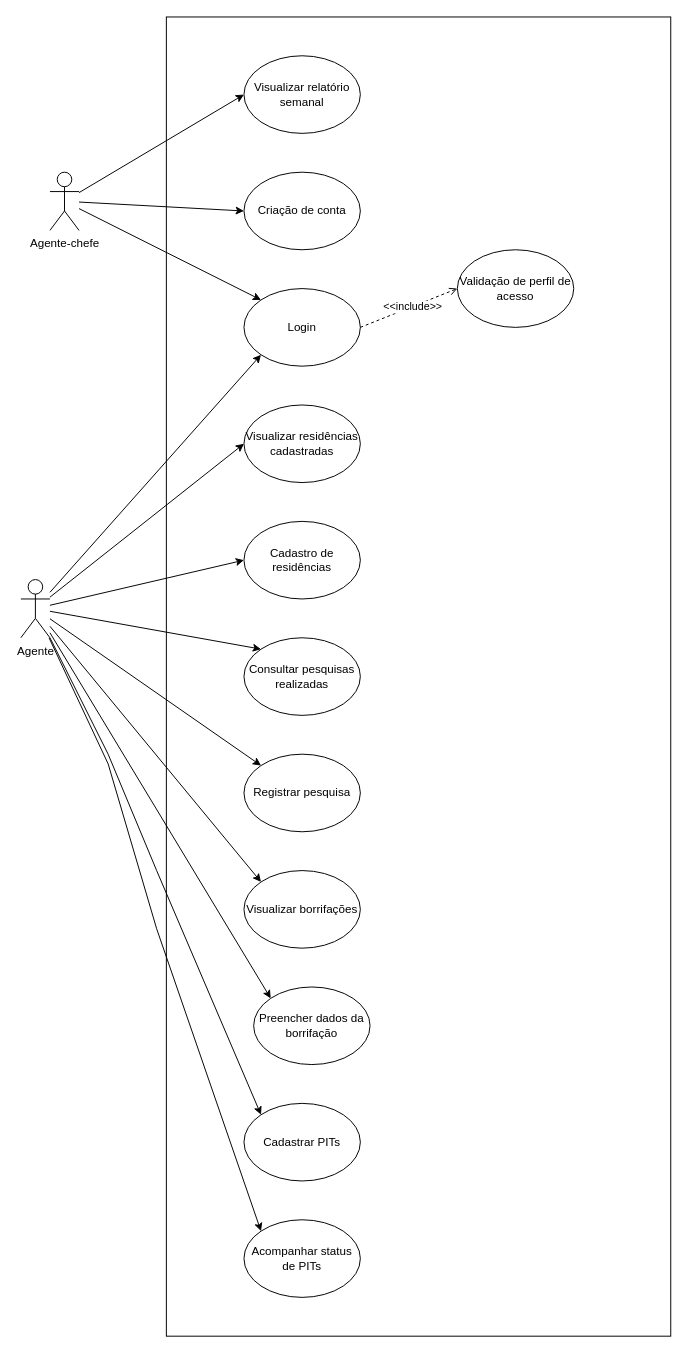
Before: Diagrama de casos de uso.drawio in Fconeto/P.I-3, a draw.io diagram. Source tidied: cells renumbered, new cells numbered last; positions are measured from the earlier drawing's top-left corner, leaving out a move shared by most shapes. Both pictures are drawn from the tidied source at 97%, with x=0, y=0 at pixel (20, 16).
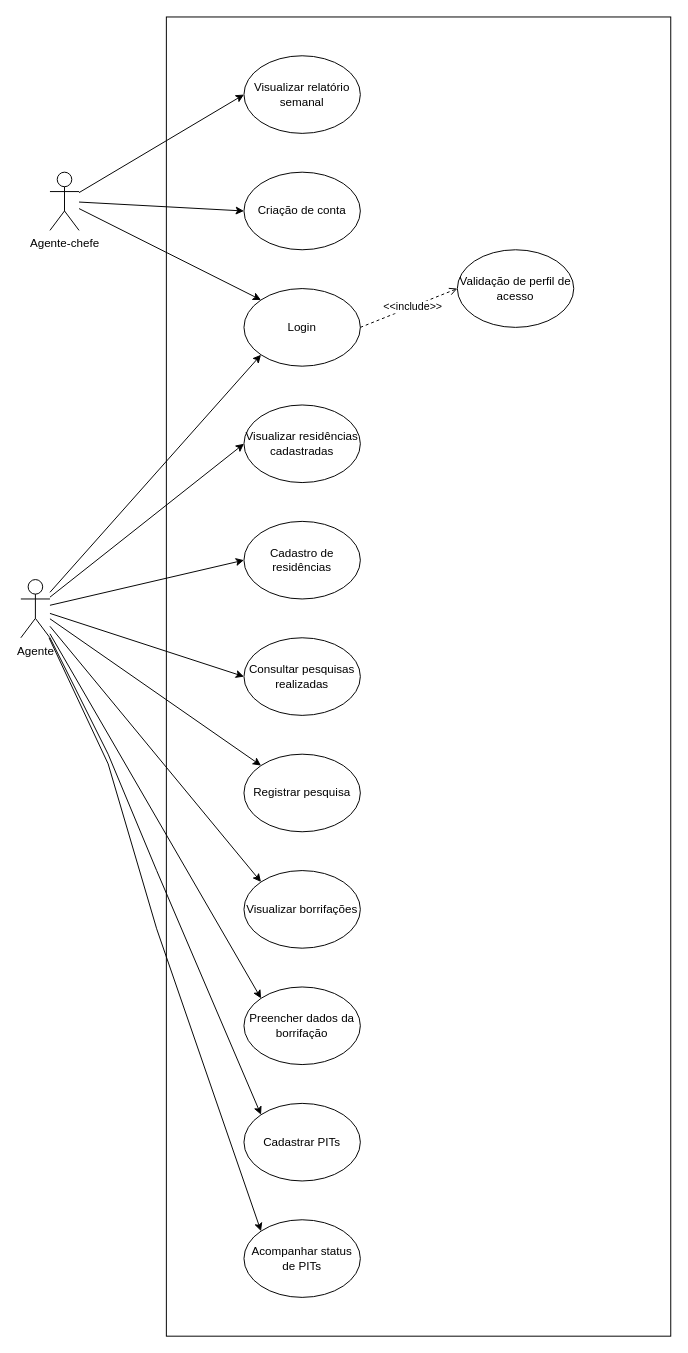
The same page after the edit.

Commit message:
Diagrama de casos de uso finalizado

The change refers to these unchanged cells:
```xml
<mxCell id="2" value="Agente" style="shape=umlActor;verticalLabelPosition=bottom;verticalAlign=top;html=1;outlineConnect=0;" parent="1" vertex="1">
  <mxGeometry y="580" width="30" height="60" as="geometry" />
</mxCell>
<mxCell id="10" value="Consultar pesquisas realizadas" style="ellipse;whiteSpace=wrap;html=1;" parent="1" vertex="1">
  <mxGeometry x="230" y="640" width="120" height="80" as="geometry" />
</mxCell>
```

Change to the diagram source:
```diff
@@
     <mxCell id="13" value="Preencher dados da borrifação" style="ellipse;whiteSpace=wrap;html=1;" parent="1" vertex="1">
-      <mxGeometry x="240" y="1000" width="120" height="80" as="geometry" />
+      <mxGeometry x="230" y="1000" width="120" height="80" as="geometry" />
     </mxCell>
@@
-    <mxCell id="22" style="endArrow=classic;html=1;rounded=0;entryX=0;entryY=0;entryDx=0;entryDy=0;" parent="1" edge="1" source="2" target="10">
+    <mxCell id="22" style="endArrow=classic;html=1;rounded=0;entryX=0;entryY=0.5;entryDx=0;entryDy=0;" parent="1" edge="1" source="2" target="10">
       <mxGeometry relative="1" as="geometry" />
     </mxCell>
```
